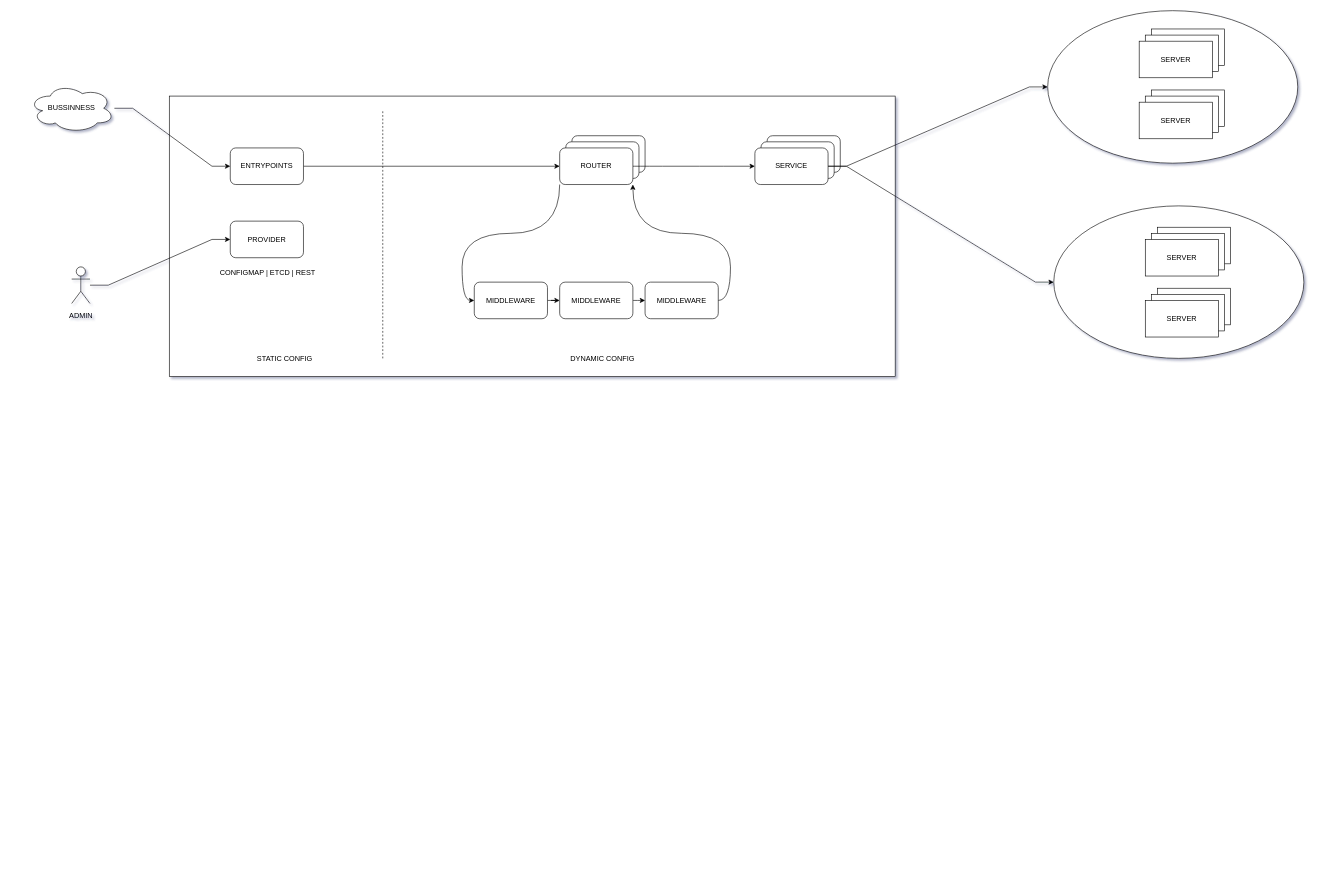
Above: traefik.drawio in flyaways/draw.io (draw.io), before the change. Source tidied: cells renumbered, new cells numbered last; positions are measured from the earlier drawing's top-left corner, leaving out a move shared by most shapes. Both pictures are drawn from the tidied source at 61%, with x=0, y=0 at pixel (29, 10).
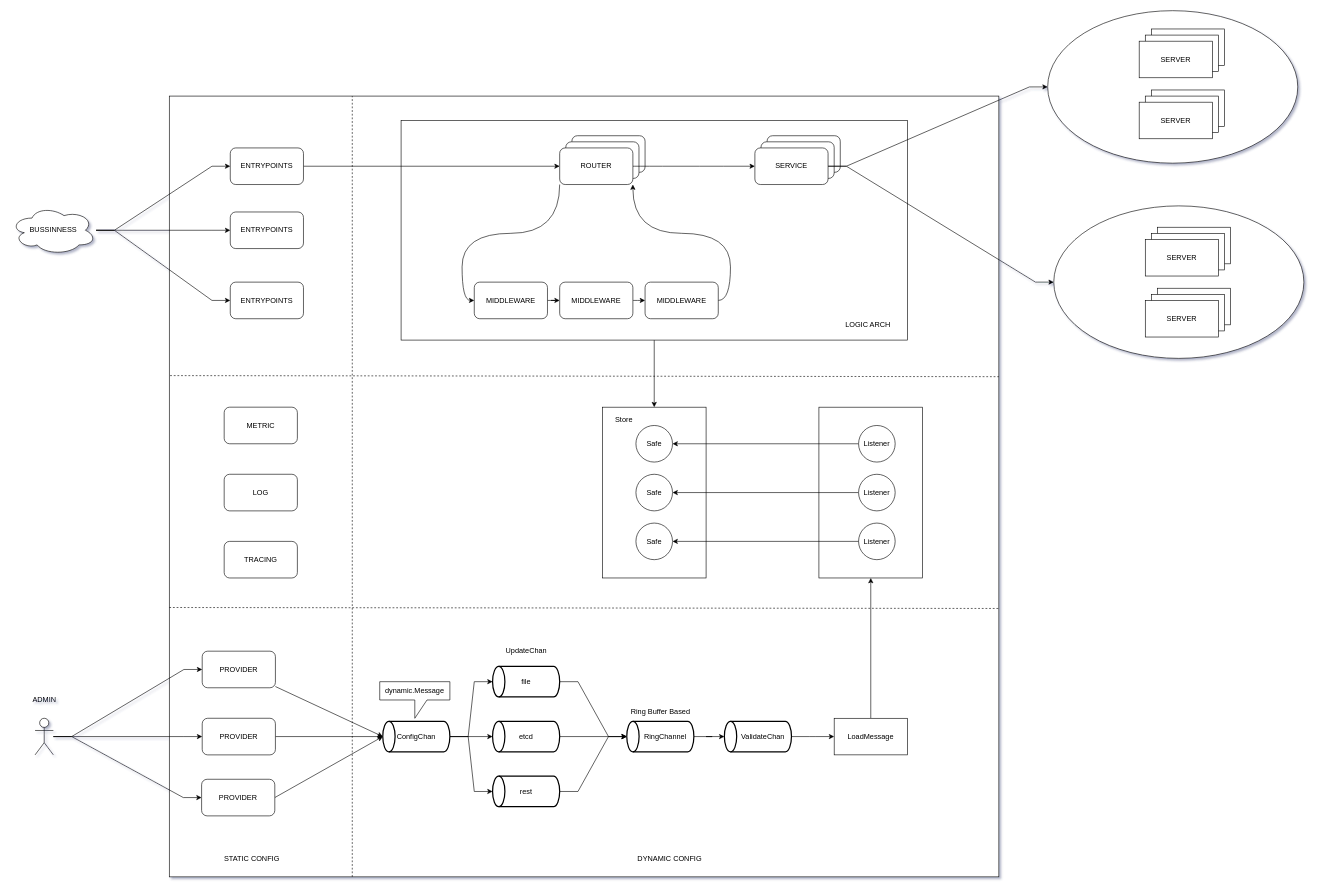
Above is the later version.

The change refers to these unchanged cells:
```xml
<mxCell id="4" value="ENTRYPOINTS" style="rounded=1;whiteSpace=wrap;html=1;" parent="1" vertex="1">
  <mxGeometry x="330" y="225" width="120" height="60" as="geometry" />
</mxCell>
```

Diff of the diagram source:
```diff
@@
     <mxCell id="2" style="rounded=0;whiteSpace=wrap;html=1;" parent="1" vertex="1">
-      <mxGeometry x="230" y="140" width="1190" height="460" as="geometry" />
+      <mxGeometry x="230" y="140" width="1360" height="1280" as="geometry" />
     </mxCell>
+    <mxCell id="45" style="edgeStyle=none;rounded=0;jettySize=auto;html=1;exitX=0.5;exitY=1;exitDx=0;exitDy=0;entryX=0;entryY=0.5;entryDx=0;entryDy=0;fillColor=#FFFFFF;" parent="1" edge="1" source="46" target="78">
+      <mxGeometry relative="1" as="geometry" />
+    </mxCell>
+    <mxCell id="46" style="rounded=0;whiteSpace=wrap;html=1;" parent="1" vertex="1">
+      <mxGeometry x="610" y="180" width="830" height="360" as="geometry" />
+    </mxCell>
@@
+    <mxCell id="47" style="rounded=0;jettySize=auto;html=1;exitX=1;exitY=0.5;exitDx=0;exitDy=0;entryX=1;entryY=0.5;entryDx=0;entryDy=0;entryPerimeter=0;" parent="1" edge="1" source="5" target="61">
+      <mxGeometry relative="1" as="geometry" />
+    </mxCell>
     <mxCell id="5" value="PROVIDER" style="rounded=1;whiteSpace=wrap;html=1;" parent="1" vertex="1">
-      <mxGeometry x="330" y="345" width="120" height="60" as="geometry" />
+      <mxGeometry x="284" y="1160" width="120" height="60" as="geometry" />
     </mxCell>
+    <mxCell id="48" style="edgeStyle=none;rounded=0;jettySize=auto;html=1;entryX=1;entryY=0.5;entryDx=0;entryDy=0;entryPerimeter=0;" parent="1" edge="1" source="49" target="61">
+      <mxGeometry relative="1" as="geometry" />
+    </mxCell>
+    <mxCell id="49" value="PROVIDER" style="rounded=1;whiteSpace=wrap;html=1;" parent="1" vertex="1">
+      <mxGeometry x="284" y="1050" width="120" height="60" as="geometry" />
+    </mxCell>
@@
-    <mxCell id="16" style="endArrow=none;dashed=1;html=1;" parent="1" edge="1">
-      <mxGeometry relative="1" as="geometry">
-        <mxPoint x="580" y="570" as="sourcePoint" />
-        <mxPoint x="580" y="164" as="targetPoint" />
-      </mxGeometry>
-    </mxCell>
-    <mxCell id="17" style="edgeStyle=entityRelationEdgeStyle;rounded=0;jettySize=auto;html=1;" parent="1" edge="1" source="18" target="4">
+    <mxCell id="17" style="edgeStyle=entityRelationEdgeStyle;rounded=0;jettySize=auto;html=1;entryX=0;entryY=0.5;entryDx=0;entryDy=0;fillColor=#FFFFFF;" parent="1" edge="1" source="18" target="4">
       <mxGeometry relative="1" as="geometry" />
     </mxCell>
+    <mxCell id="50" style="edgeStyle=entityRelationEdgeStyle;rounded=0;jettySize=auto;html=1;entryX=0;entryY=0.5;entryDx=0;entryDy=0;fillColor=#FFFFFF;" parent="1" edge="1" source="18" target="91">
+      <mxGeometry relative="1" as="geometry" />
+    </mxCell>
+    <mxCell id="51" style="edgeStyle=entityRelationEdgeStyle;rounded=0;jettySize=auto;html=1;entryX=0;entryY=0.5;entryDx=0;entryDy=0;fillColor=#FFFFFF;" parent="1" edge="1" source="18" target="92">
+      <mxGeometry relative="1" as="geometry" />
+    </mxCell>
     <mxCell id="18" value="BUSSINNESS" style="ellipse;shape=cloud;whiteSpace=wrap;html=1;" parent="1" vertex="1">
-      <mxGeometry y="120" width="140" height="80" as="geometry" />
+      <mxGeometry x="-30" y="320" width="140" height="80" as="geometry" />
     </mxCell>
@@
     <mxCell id="35" value="ADMIN" style="text;html=1;align=center;verticalAlign=middle;fillColor=none;strokeColor=none;rounded=0;" parent="1" vertex="1">
-      <mxGeometry x="60" y="490" width="50" height="20" as="geometry" />
+      <mxGeometry y="1120" width="50" height="20" as="geometry" />
     </mxCell>
     <mxCell id="36" value="STATIC CONFIG" style="text;html=1;align=center;verticalAlign=middle;" parent="1" vertex="1">
-      <mxGeometry x="364" y="560" width="110" height="20" as="geometry" />
+      <mxGeometry x="310" y="1380" width="110" height="20" as="geometry" />
     </mxCell>
     <mxCell id="37" value="DYNAMIC CONFIG" style="text;html=1;align=center;verticalAlign=middle;" parent="1" vertex="1">
-      <mxGeometry x="880" y="560" width="120" height="20" as="geometry" />
+      <mxGeometry x="990" y="1380" width="120" height="20" as="geometry" />
     </mxCell>
-    <mxCell id="38" style="edgeStyle=entityRelationEdgeStyle;rounded=0;jettySize=auto;html=1;" parent="1" edge="1" source="39" target="5">
-      <mxGeometry relative="1" as="geometry" />
-    </mxCell>
+    <mxCell id="52" style="edgeStyle=entityRelationEdgeStyle;rounded=0;jettySize=auto;html=1;entryX=0;entryY=0.5;entryDx=0;entryDy=0;" parent="1" edge="1" source="39" target="49">
+      <mxGeometry relative="1" as="geometry" />
+    </mxCell>
+    <mxCell id="53" style="edgeStyle=entityRelationEdgeStyle;rounded=0;jettySize=auto;html=1;entryX=0;entryY=0.5;entryDx=0;entryDy=0;" parent="1" edge="1" source="39" target="67">
+      <mxGeometry relative="1" as="geometry" />
+    </mxCell>
     <mxCell id="39" style="shape=umlActor;verticalLabelPosition=bottom;labelBackgroundColor=#ffffff;verticalAlign=top;html=1;outlineConnect=0;" parent="1" vertex="1">
-      <mxGeometry x="70" y="420" width="30" height="60" as="geometry" />
+      <mxGeometry x="10" y="1160" width="30" height="60" as="geometry" />
     </mxCell>
-    <mxCell id="40" value="CONFIGMAP | ETCD | REST" style="text;html=1;align=center;verticalAlign=middle;fillColor=none;strokeColor=none;rounded=0;" parent="1" vertex="1">
-      <mxGeometry x="307" y="420" width="167" height="18" as="geometry" />
-    </mxCell>
@@
+    <mxCell id="38" style="edgeStyle=entityRelationEdgeStyle;rounded=0;jettySize=auto;html=1;" parent="1" edge="1" source="39" target="5">
+      <mxGeometry relative="1" as="geometry" />
+    </mxCell>
+    <mxCell id="54" style="edgeStyle=entityRelationEdgeStyle;rounded=0;jettySize=auto;html=1;entryX=1;entryY=0.5;entryDx=0;entryDy=0;entryPerimeter=0;exitX=0;exitY=0.5;exitDx=0;exitDy=0;exitPerimeter=0;" parent="1" edge="1" source="55" target="63">
+      <mxGeometry relative="1" as="geometry" />
+    </mxCell>
+    <mxCell id="55" value="file" style="strokeWidth=2;html=1;shape=mxgraph.flowchart.direct_data;whiteSpace=wrap;direction=west;" parent="1" vertex="1">
+      <mxGeometry x="760" y="1075" width="110" height="50" as="geometry" />
+    </mxCell>
+    <mxCell id="56" style="edgeStyle=none;rounded=0;jettySize=auto;html=1;exitX=0;exitY=0.5;exitDx=0;exitDy=0;exitPerimeter=0;entryX=1;entryY=0.5;entryDx=0;entryDy=0;entryPerimeter=0;" parent="1" edge="1" source="57" target="63">
+      <mxGeometry relative="1" as="geometry" />
+    </mxCell>
+    <mxCell id="57" value="etcd" style="strokeWidth=2;html=1;shape=mxgraph.flowchart.direct_data;whiteSpace=wrap;direction=west;" parent="1" vertex="1">
+      <mxGeometry x="760" y="1165" width="110" height="50" as="geometry" />
+    </mxCell>
+    <mxCell id="58" style="edgeStyle=entityRelationEdgeStyle;rounded=0;jettySize=auto;html=1;exitX=0;exitY=0.5;exitDx=0;exitDy=0;exitPerimeter=0;entryX=1;entryY=0.5;entryDx=0;entryDy=0;entryPerimeter=0;" parent="1" edge="1" source="61" target="55">
+      <mxGeometry relative="1" as="geometry" />
+    </mxCell>
+    <mxCell id="59" style="edgeStyle=none;rounded=0;jettySize=auto;html=1;entryX=1;entryY=0.5;entryDx=0;entryDy=0;entryPerimeter=0;" parent="1" edge="1" source="61" target="57">
+      <mxGeometry relative="1" as="geometry" />
+    </mxCell>
+    <mxCell id="60" style="edgeStyle=entityRelationEdgeStyle;rounded=0;jettySize=auto;html=1;exitX=0;exitY=0.5;exitDx=0;exitDy=0;exitPerimeter=0;entryX=1;entryY=0.5;entryDx=0;entryDy=0;entryPerimeter=0;" parent="1" edge="1" source="61" target="69">
+      <mxGeometry relative="1" as="geometry" />
+    </mxCell>
+    <mxCell id="61" value="ConfigChan" style="strokeWidth=2;html=1;shape=mxgraph.flowchart.direct_data;whiteSpace=wrap;direction=west;" parent="1" vertex="1">
+      <mxGeometry x="580" y="1165" width="110" height="50" as="geometry" />
+    </mxCell>
+    <mxCell id="62" style="edgeStyle=entityRelationEdgeStyle;rounded=0;jettySize=auto;html=1;exitX=0;exitY=0.5;exitDx=0;exitDy=0;exitPerimeter=0;" parent="1" edge="1" source="63" target="72">
+      <mxGeometry relative="1" as="geometry" />
+    </mxCell>
+    <mxCell id="63" value="&amp;nbsp; &amp;nbsp; &amp;nbsp;RingChannel" style="strokeWidth=2;html=1;shape=mxgraph.flowchart.direct_data;whiteSpace=wrap;direction=west;" parent="1" vertex="1">
+      <mxGeometry x="980" y="1165" width="110" height="50" as="geometry" />
+    </mxCell>
+    <mxCell id="64" value="LOGIC ARCH" style="text;html=1;align=center;verticalAlign=middle;" parent="1" vertex="1">
+      <mxGeometry x="1330" y="505" width="90" height="20" as="geometry" />
+    </mxCell>
+    <mxCell id="65" value="dynamic.Message" style="shape=callout;whiteSpace=wrap;html=1;perimeter=calloutPerimeter;" parent="1" vertex="1">
+      <mxGeometry x="575" y="1100" width="115" height="60" as="geometry" />
+    </mxCell>
+    <mxCell id="66" style="edgeStyle=none;rounded=0;jettySize=auto;html=1;exitX=1;exitY=0.5;exitDx=0;exitDy=0;entryX=1;entryY=0.5;entryDx=0;entryDy=0;entryPerimeter=0;" parent="1" edge="1" source="67" target="61">
+      <mxGeometry relative="1" as="geometry" />
+    </mxCell>
+    <mxCell id="67" value="PROVIDER" style="rounded=1;whiteSpace=wrap;html=1;" parent="1" vertex="1">
+      <mxGeometry x="283" y="1260" width="120" height="60" as="geometry" />
+    </mxCell>
+    <mxCell id="68" style="edgeStyle=entityRelationEdgeStyle;rounded=0;jettySize=auto;html=1;exitX=0;exitY=0.5;exitDx=0;exitDy=0;exitPerimeter=0;entryX=1;entryY=0.5;entryDx=0;entryDy=0;entryPerimeter=0;" parent="1" edge="1" source="69" target="63">
+      <mxGeometry relative="1" as="geometry" />
+    </mxCell>
+    <mxCell id="69" value="rest" style="strokeWidth=2;html=1;shape=mxgraph.flowchart.direct_data;whiteSpace=wrap;direction=west;" parent="1" vertex="1">
+      <mxGeometry x="760" y="1255" width="110" height="50" as="geometry" />
+    </mxCell>
+    <mxCell id="70" value="UpdateChan" style="text;html=1;align=center;verticalAlign=middle;fillColor=none;strokeColor=none;rounded=0;" parent="1" vertex="1">
+      <mxGeometry x="775" y="1040" width="80" height="20" as="geometry" />
+    </mxCell>
+    <mxCell id="71" style="edgeStyle=entityRelationEdgeStyle;rounded=0;jettySize=auto;html=1;exitX=0;exitY=0.5;exitDx=0;exitDy=0;exitPerimeter=0;entryX=0;entryY=0.5;entryDx=0;entryDy=0;" parent="1" edge="1" source="72" target="75">
+      <mxGeometry relative="1" as="geometry" />
+    </mxCell>
+    <mxCell id="72" value="&amp;nbsp; &amp;nbsp; &amp;nbsp;ValidateChan" style="strokeWidth=2;html=1;shape=mxgraph.flowchart.direct_data;whiteSpace=wrap;direction=west;" parent="1" vertex="1">
+      <mxGeometry x="1140" y="1165" width="110" height="50" as="geometry" />
+    </mxCell>
+    <mxCell id="73" value="Ring Buffer Based" style="text;html=1;align=center;verticalAlign=middle;fillColor=none;strokeColor=none;rounded=0;" parent="1" vertex="1">
+      <mxGeometry x="980" y="1140" width="110" height="20" as="geometry" />
+    </mxCell>
+    <mxCell id="74" style="rounded=0;jettySize=auto;html=1;exitX=0.5;exitY=0;exitDx=0;exitDy=0;entryX=1;entryY=0.5;entryDx=0;entryDy=0;fillColor=#FFFFFF;" parent="1" edge="1" source="75" target="76">
+      <mxGeometry relative="1" as="geometry" />
+    </mxCell>
+    <mxCell id="75" value="LoadMessage" style="rounded=0;whiteSpace=wrap;html=1;" parent="1" vertex="1">
+      <mxGeometry x="1320" y="1160" width="120" height="60" as="geometry" />
+    </mxCell>
+    <mxCell id="76" style="rounded=0;whiteSpace=wrap;html=1;direction=south;" parent="1" vertex="1">
+      <mxGeometry x="1295" y="650" width="170" height="280" as="geometry" />
+    </mxCell>
+    <mxCell id="77" value="Listener" style="ellipse;whiteSpace=wrap;html=1;" parent="1" vertex="1">
+      <mxGeometry x="1360" y="840" width="60" height="60" as="geometry" />
+    </mxCell>
+    <mxCell id="78" style="rounded=0;whiteSpace=wrap;html=1;direction=south;" parent="1" vertex="1">
+      <mxGeometry x="940" y="650" width="170" height="280" as="geometry" />
+    </mxCell>
+    <mxCell id="79" value="Safe" style="ellipse;whiteSpace=wrap;html=1;" parent="1" vertex="1">
+      <mxGeometry x="995" y="840" width="60" height="60" as="geometry" />
+    </mxCell>
+    <mxCell id="80" style="edgeStyle=none;rounded=0;jettySize=auto;html=1;exitX=0;exitY=0.5;exitDx=0;exitDy=0;entryX=1;entryY=0.5;entryDx=0;entryDy=0;fillColor=#FFFFFF;" parent="1" edge="1" source="81" target="82">
+      <mxGeometry relative="1" as="geometry" />
+    </mxCell>
+    <mxCell id="81" value="Listener" style="ellipse;whiteSpace=wrap;html=1;" parent="1" vertex="1">
+      <mxGeometry x="1360" y="760" width="60" height="60" as="geometry" />
+    </mxCell>
+    <mxCell id="82" value="Safe" style="ellipse;whiteSpace=wrap;html=1;" parent="1" vertex="1">
+      <mxGeometry x="995" y="760" width="60" height="60" as="geometry" />
+    </mxCell>
+    <mxCell id="83" style="edgeStyle=none;rounded=0;jettySize=auto;html=1;fillColor=#FFFFFF;" parent="1" edge="1" source="84" target="85">
+      <mxGeometry relative="1" as="geometry" />
+    </mxCell>
+    <mxCell id="84" value="Listener" style="ellipse;whiteSpace=wrap;html=1;" parent="1" vertex="1">
+      <mxGeometry x="1360" y="680" width="60" height="60" as="geometry" />
+    </mxCell>
+    <mxCell id="85" value="Safe" style="ellipse;whiteSpace=wrap;html=1;" parent="1" vertex="1">
+      <mxGeometry x="995" y="680" width="60" height="60" as="geometry" />
+    </mxCell>
+    <mxCell id="86" style="edgeStyle=none;rounded=0;jettySize=auto;html=1;exitX=0;exitY=0.5;exitDx=0;exitDy=0;fillColor=#FFFFFF;" parent="1" edge="1" source="77" target="79">
+      <mxGeometry relative="1" as="geometry" />
+    </mxCell>
+    <mxCell id="87" value="Store" style="text;html=1;align=center;verticalAlign=middle;fillColor=none;strokeColor=none;rounded=0;" parent="1" vertex="1">
+      <mxGeometry x="955" y="660" width="40" height="20" as="geometry" />
+    </mxCell>
+    <mxCell id="88" style="endArrow=none;dashed=1;html=1;fillColor=#FFFFFF;exitX=0;exitY=0.655;exitDx=0;exitDy=0;exitPerimeter=0;" parent="1" edge="1" source="2">
+      <mxGeometry relative="1" as="geometry">
+        <mxPoint x="1590" y="980" as="targetPoint" />
+      </mxGeometry>
+    </mxCell>
+    <mxCell id="89" style="endArrow=none;dashed=1;html=1;fillColor=#FFFFFF;exitX=0.001;exitY=0.358;exitDx=0;exitDy=0;exitPerimeter=0;" parent="1" edge="1" source="2">
+      <mxGeometry relative="1" as="geometry">
+        <mxPoint x="1590" y="600" as="targetPoint" />
+      </mxGeometry>
+    </mxCell>
+    <mxCell id="90" style="endArrow=none;dashed=1;html=1;fillColor=#FFFFFF;" parent="1" edge="1">
+      <mxGeometry relative="1" as="geometry">
+        <mxPoint x="530" y="1420" as="sourcePoint" />
+        <mxPoint x="530" y="140" as="targetPoint" />
+      </mxGeometry>
+    </mxCell>
+    <mxCell id="91" value="ENTRYPOINTS" style="rounded=1;whiteSpace=wrap;html=1;" parent="1" vertex="1">
+      <mxGeometry x="330" y="330" width="120" height="60" as="geometry" />
+    </mxCell>
+    <mxCell id="92" value="ENTRYPOINTS" style="rounded=1;whiteSpace=wrap;html=1;" parent="1" vertex="1">
+      <mxGeometry x="330" y="445" width="120" height="60" as="geometry" />
+    </mxCell>
+    <mxCell id="93" value="METRIC" style="rounded=1;whiteSpace=wrap;html=1;" parent="1" vertex="1">
+      <mxGeometry x="320" y="650" width="120" height="60" as="geometry" />
+    </mxCell>
+    <mxCell id="94" value="LOG" style="rounded=1;whiteSpace=wrap;html=1;" parent="1" vertex="1">
+      <mxGeometry x="320" y="760" width="120" height="60" as="geometry" />
+    </mxCell>
+    <mxCell id="95" value="TRACING" style="rounded=1;whiteSpace=wrap;html=1;" parent="1" vertex="1">
+      <mxGeometry x="320" y="870" width="120" height="60" as="geometry" />
+    </mxCell>
```
